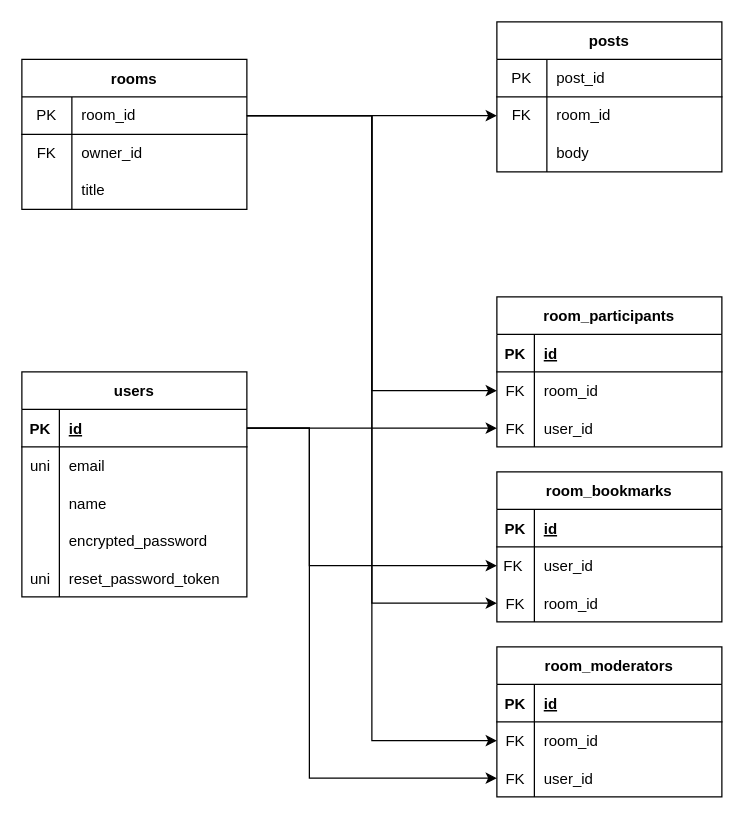
Before: EntryRelation.drawio in Terufuji3/ANONIM, a draw.io diagram. Source tidied: cells renumbered, new cells numbered last; positions are measured from the earlier drawing's top-left corner, leaving out a move shared by most shapes. Both pictures are drawn from the tidied source at 125%, with x=0, y=0 at pixel (9, 21).
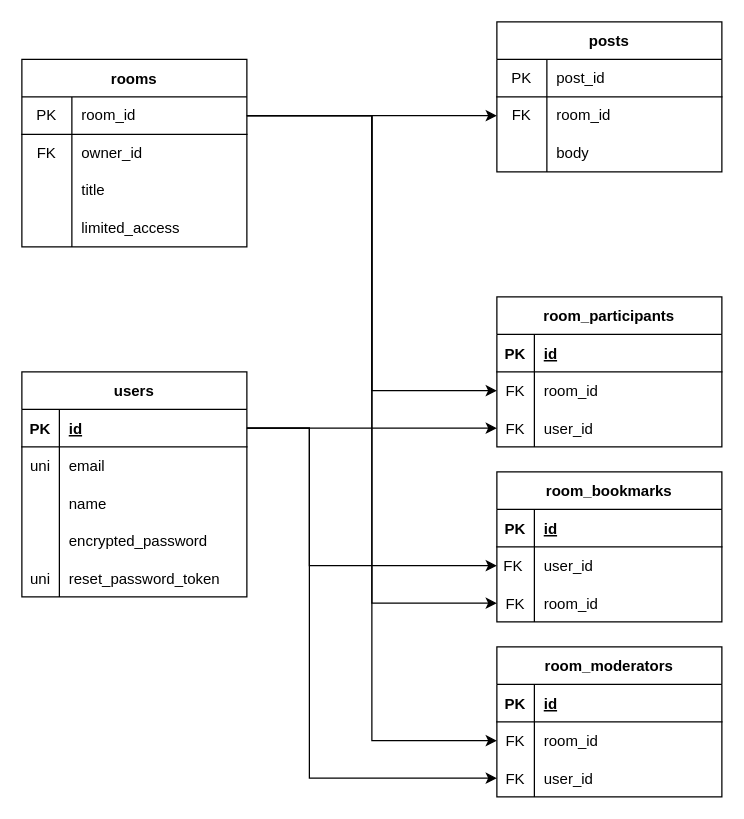
Above is the later version.

Commit message:
EntryRelation.drawio を更新します

Change to the diagram source:
```diff
@@
     <mxCell id="2" value="rooms" style="shape=table;startSize=30;childLayout=tableLayout;rowLines=0;fontStyle=1;align=center;" parent="1" vertex="1">
-      <mxGeometry x="10" y="30" width="180" height="120" as="geometry" />
+      <mxGeometry x="10" y="30" width="180" height="150" as="geometry" />
     </mxCell>
@@
+    <mxCell id="76" style="shape=partialRectangle;html=1;whiteSpace=wrap;fillColor=none;top=0;left=0;bottom=0;right=0;" parent="2" vertex="1">
+      <mxGeometry y="120" width="180" height="30" as="geometry" />
+    </mxCell>
+    <mxCell id="77" style="shape=partialRectangle;html=1;whiteSpace=wrap;fillColor=none;top=0;left=0;bottom=0;right=0;overflow=hidden;" parent="76" vertex="1">
+      <mxGeometry width="40" height="30" as="geometry" />
+    </mxCell>
+    <mxCell id="78" value="limited_access" style="shape=partialRectangle;html=1;whiteSpace=wrap;fillColor=none;top=0;left=0;bottom=0;right=0;align=left;spacingLeft=6;overflow=hidden;" parent="76" vertex="1">
+      <mxGeometry x="40" width="140" height="30" as="geometry" />
+    </mxCell>
```
